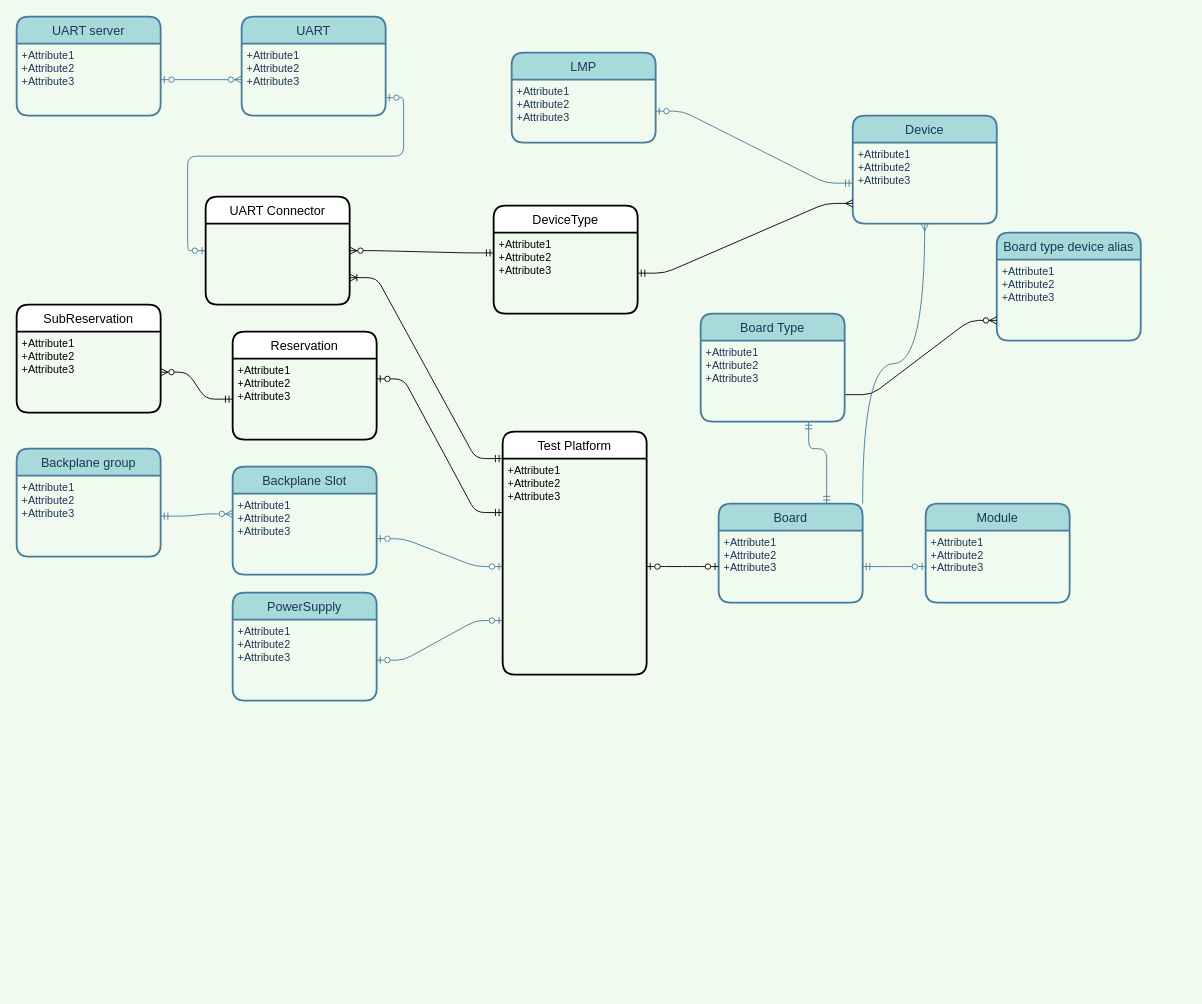
Above: ConfManager/models/PlatformConfig.drawio in cygerior/LabManager (draw.io), before the change. Source tidied: cells renumbered, new cells numbered last; positions are measured from the earlier drawing's top-left corner, leaving out a move shared by most shapes. Both pictures are drawn from the tidied source at 90%, with x=0, y=0 at pixel (16, 16).
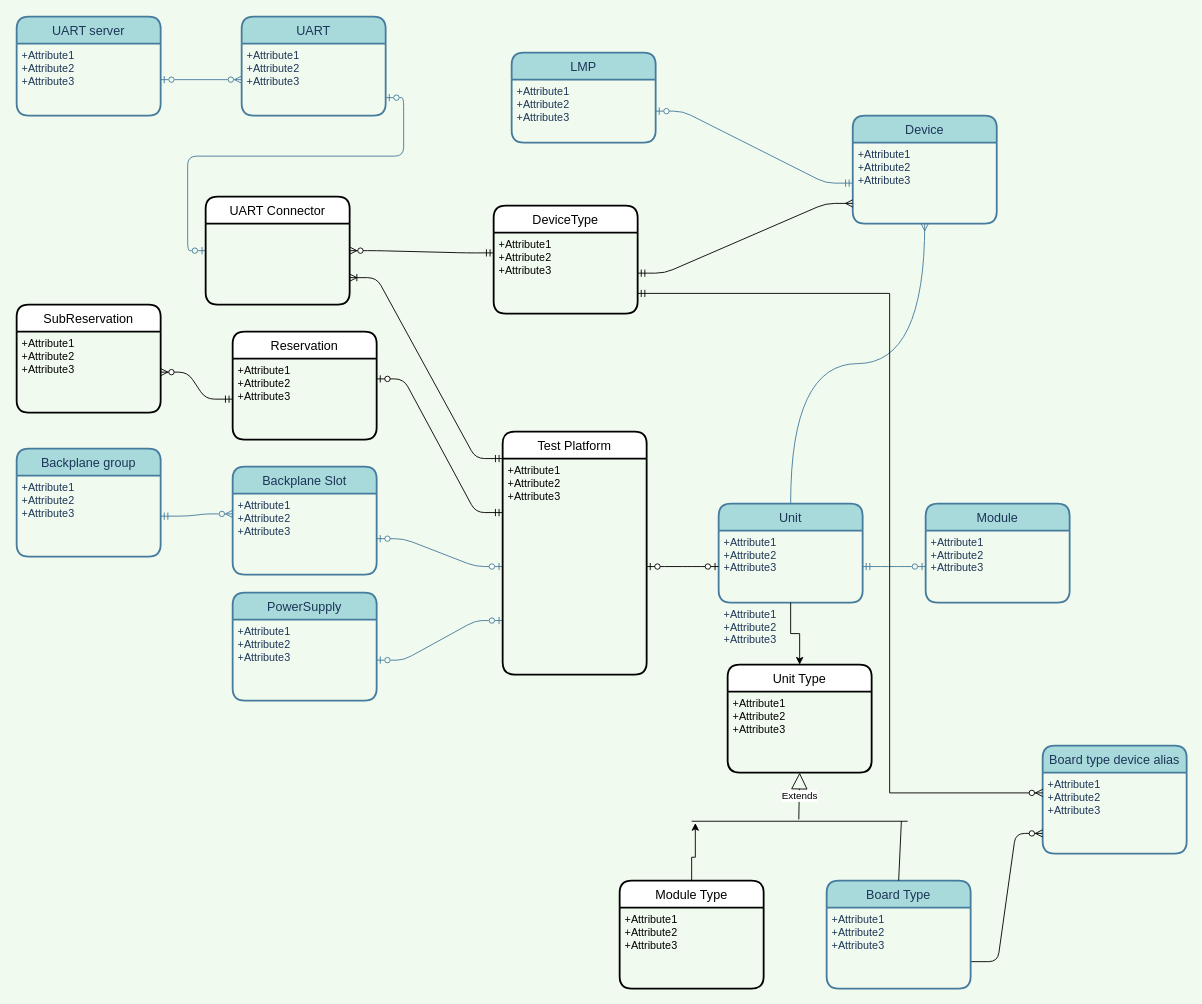
The same page after the edit.

The change refers to these unchanged cells:
```xml
<mxCell id="9" value="+Attribute1&#10;+Attribute2&#10;+Attribute3" style="align=left;strokeColor=none;fillColor=none;spacingLeft=4;fontSize=12;verticalAlign=top;fontColor=#1D3557;" parent="8" vertex="1">
  <mxGeometry y="30" width="160" height="80" as="geometry" />
</mxCell>
<mxCell id="17" value="+Attribute1&#10;+Attribute2&#10;+Attribute3" style="align=left;strokeColor=none;fillColor=none;spacingLeft=4;fontSize=12;verticalAlign=top;fontColor=#1D3557;" parent="16" vertex="1">
  <mxGeometry y="30" width="160" height="90" as="geometry" />
</mxCell>
<mxCell id="29" value="+Attribute1&#10;+Attribute2&#10;+Attribute3" style="align=left;strokeColor=none;fillColor=none;spacingLeft=4;fontSize=12;verticalAlign=top;fontColor=#1D3557;" parent="28" vertex="1">
  <mxGeometry y="30" width="160" height="90" as="geometry" />
</mxCell>
<mxCell id="42" value="+Attribute1&#10;+Attribute2&#10;+Attribute3" style="align=left;strokeColor=none;fillColor=none;spacingLeft=4;fontSize=12;verticalAlign=top;" parent="41" vertex="1">
  <mxGeometry y="30" width="160" height="90" as="geometry" />
</mxCell>
<mxCell id="47" value="+Attribute1&#10;+Attribute2&#10;+Attribute3" style="align=left;strokeColor=none;fillColor=none;spacingLeft=4;fontSize=12;verticalAlign=top;fontColor=#1D3557;" parent="46" vertex="1">
  <mxGeometry y="30" width="160" height="90" as="geometry" />
</mxCell>
```

The edit, as a diff of the source:
```diff
@@
-    <mxCell id="8" value="Board" style="swimlane;horizontal=1;startSize=30;rounded=1;fontSize=14;fontStyle=0;strokeWidth=2;shadow=0;dashed=0;align=center;fillColor=#A8DADC;strokeColor=#457B9D;fontColor=#1D3557;" parent="1" vertex="1">
+    <mxCell id="8" value="Unit" style="swimlane;horizontal=1;startSize=30;rounded=1;fontSize=14;fontStyle=0;strokeWidth=2;shadow=0;dashed=0;align=center;fillColor=#A8DADC;strokeColor=#457B9D;fontColor=#1D3557;" parent="1" vertex="1">
       <mxGeometry x="780" y="541" width="160" height="110" as="geometry" />
     </mxCell>
@@
+    <mxCell id="49" value="+Attribute1&#10;+Attribute2&#10;+Attribute3" style="align=left;strokeColor=none;fillColor=none;spacingLeft=4;fontSize=12;verticalAlign=top;fontColor=#1D3557;" parent="8" vertex="1">
+      <mxGeometry y="110" width="160" as="geometry" />
+    </mxCell>
@@
     <mxCell id="16" value="Board type device alias" style="swimlane;horizontal=1;startSize=30;rounded=1;fontSize=14;fontStyle=0;strokeWidth=2;shadow=0;dashed=0;align=center;fillColor=#A8DADC;strokeColor=#457B9D;fontColor=#1D3557;" parent="1" vertex="1">
-      <mxGeometry x="1089" y="240" width="160" height="120" as="geometry" />
+      <mxGeometry x="1140" y="810" width="160" height="120" as="geometry" />
     </mxCell>
@@
-    <mxCell id="18" style="edgeStyle=orthogonalEdgeStyle;rounded=1;jettySize=auto;html=1;exitX=0.75;exitY=0;exitDx=0;exitDy=0;endArrow=ERmandOne;endFill=0;startArrow=ERmandOne;startFill=0;strokeColor=#457B9D;fontColor=#1D3557;labelBackgroundColor=#F1FAEE;entryX=0.75;entryY=1;entryDx=0;entryDy=0;" parent="1" edge="1" source="8" target="47">
-      <mxGeometry relative="1" as="geometry">
-        <Array as="points">
-          <mxPoint x="900" y="480" />
-          <mxPoint x="880" y="480" />
-        </Array>
-      </mxGeometry>
-    </mxCell>
@@
     <mxCell id="46" value="Board Type" style="swimlane;horizontal=1;startSize=30;rounded=1;fontSize=14;fontStyle=0;strokeWidth=2;shadow=0;dashed=0;align=center;fillColor=#A8DADC;strokeColor=#457B9D;fontColor=#1D3557;" parent="1" vertex="1">
-      <mxGeometry x="760" y="330" width="160" height="120" as="geometry" />
+      <mxGeometry x="900" y="960" width="160" height="120" as="geometry" />
     </mxCell>
@@
-    <mxCell id="48" style="edgeStyle=orthogonalEdgeStyle;fontSize=12;html=1;endArrow=none;endFill=0;exitX=0.5;exitY=1;exitDx=0;exitDy=0;startArrow=ERmany;startFill=0;strokeColor=#457B9D;fontColor=#1D3557;jumpStyle=none;shadow=0;curved=1;labelBackgroundColor=#F1FAEE;entryX=1;entryY=0;entryDx=0;entryDy=0;" parent="1" edge="1" source="29" target="8">
+    <mxCell id="48" style="edgeStyle=orthogonalEdgeStyle;fontSize=12;html=1;endArrow=none;endFill=0;exitX=0.5;exitY=1;exitDx=0;exitDy=0;startArrow=ERmany;startFill=0;strokeColor=#457B9D;fontColor=#1D3557;jumpStyle=none;shadow=0;curved=1;labelBackgroundColor=#F1FAEE;entryX=0.5;entryY=0;entryDx=0;entryDy=0;" parent="1" edge="1" source="29" target="8">
       <mxGeometry relative="1" as="geometry" />
     </mxCell>
+    <mxCell id="50" value="Unit Type" style="swimlane;horizontal=1;startSize=30;rounded=1;fontSize=14;fontStyle=0;strokeWidth=2;shadow=0;dashed=0;align=center;" parent="1" vertex="1">
+      <mxGeometry x="790" y="720" width="160" height="120" as="geometry" />
+    </mxCell>
+    <mxCell id="51" value="+Attribute1&#10;+Attribute2&#10;+Attribute3" style="align=left;strokeColor=none;fillColor=none;spacingLeft=4;fontSize=12;verticalAlign=top;" parent="50" vertex="1">
+      <mxGeometry y="30" width="160" height="90" as="geometry" />
+    </mxCell>
+    <mxCell id="52" value="Extends" style="endArrow=block;endSize=16;endFill=0;html=1;entryX=0.5;entryY=1;entryDx=0;entryDy=0;exitX=0.496;exitY=0.25;exitDx=0;exitDy=0;exitPerimeter=0;" parent="1" edge="1" source="53" target="51">
+      <mxGeometry relative="1" as="geometry" />
+    </mxCell>
+    <mxCell id="53" style="line;strokeWidth=1;fillColor=none;align=left;verticalAlign=middle;spacingTop=-1;spacingLeft=3;spacingRight=3;labelPosition=right;points=[];portConstraint=eastwest;" parent="1" vertex="1">
+      <mxGeometry x="750" y="890" width="240" height="8" as="geometry" />
+    </mxCell>
+    <mxCell id="54" style="endArrow=none;html=1;rounded=0;entryX=0.971;entryY=0.5;entryDx=0;entryDy=0;entryPerimeter=0;exitX=0.5;exitY=0;exitDx=0;exitDy=0;" parent="1" edge="1" source="46" target="53">
+      <mxGeometry relative="1" as="geometry" />
+    </mxCell>
+    <mxCell id="55" style="edgeStyle=orthogonalEdgeStyle;rounded=0;jettySize=auto;html=1;exitX=0.5;exitY=1;exitDx=0;exitDy=0;" parent="1" edge="1" source="9" target="50">
+      <mxGeometry relative="1" as="geometry" />
+    </mxCell>
+    <mxCell id="56" style="edgeStyle=orthogonalEdgeStyle;rounded=0;jettySize=auto;html=1;exitX=0.5;exitY=0;exitDx=0;exitDy=0;entryX=0.017;entryY=0.75;entryDx=0;entryDy=0;entryPerimeter=0;" parent="1" edge="1" source="57" target="53">
+      <mxGeometry relative="1" as="geometry">
+        <Array as="points">
+          <mxPoint x="750" y="934" />
+          <mxPoint x="754" y="934" />
+        </Array>
+      </mxGeometry>
+    </mxCell>
+    <mxCell id="57" value="Module Type" style="swimlane;horizontal=1;startSize=30;rounded=1;fontSize=14;fontStyle=0;strokeWidth=2;shadow=0;dashed=0;align=center;" parent="1" vertex="1">
+      <mxGeometry x="670" y="960" width="160" height="120" as="geometry" />
+    </mxCell>
+    <mxCell id="58" value="+Attribute1&#10;+Attribute2&#10;+Attribute3" style="align=left;strokeColor=none;fillColor=none;spacingLeft=4;fontSize=12;verticalAlign=top;" parent="57" vertex="1">
+      <mxGeometry y="30" width="160" height="90" as="geometry" />
+    </mxCell>
+    <mxCell id="59" style="edgeStyle=orthogonalEdgeStyle;rounded=0;jettySize=auto;html=1;exitX=1;exitY=0.75;exitDx=0;exitDy=0;entryX=0;entryY=0.25;entryDx=0;entryDy=0;endArrow=ERzeroToMany;endFill=1;startArrow=ERmandOne;startFill=0;" parent="1" edge="1" source="42" target="17">
+      <mxGeometry relative="1" as="geometry">
+        <Array as="points">
+          <mxPoint x="970" y="308" />
+          <mxPoint x="970" y="863" />
+        </Array>
+      </mxGeometry>
+    </mxCell>
```
